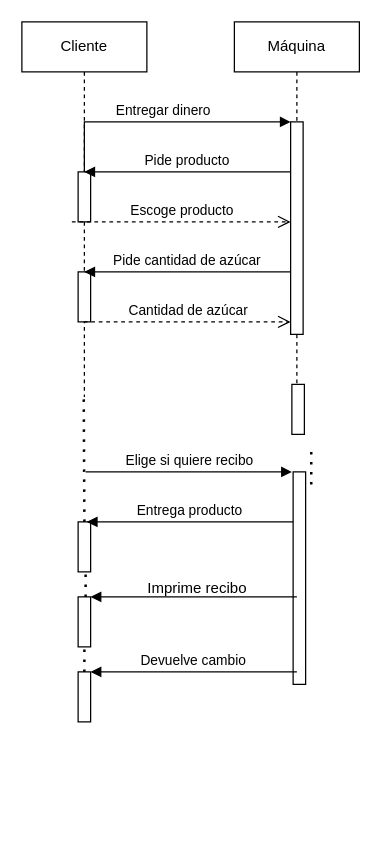
Before: Actividad 1/Act1_B.drawio in dlopnun1503/UD6_ED, a draw.io diagram. Source tidied: cells renumbered, new cells numbered last; positions are measured from the earlier drawing's top-left corner, leaving out a move shared by most shapes. Both pictures are drawn from the tidied source at 125%, with x=0, y=0 at pixel (21, 21).
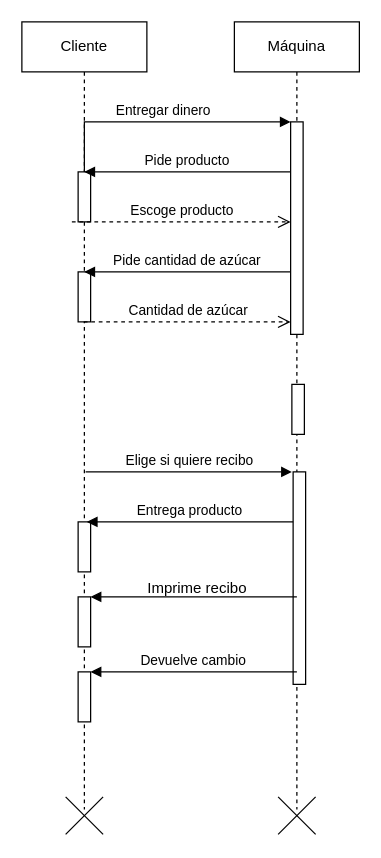
Above is the later version.

The change refers to these unchanged cells:
```xml
<mxCell id="17" style="html=1;points=[];perimeter=orthogonalPerimeter;outlineConnect=0;targetShapes=umlLifeline;portConstraint=eastwest;newEdgeStyle={&quot;edgeStyle&quot;:&quot;elbowEdgeStyle&quot;,&quot;elbow&quot;:&quot;vertical&quot;,&quot;curved&quot;:0,&quot;rounded&quot;:0};" parent="1" vertex="1">
  <mxGeometry x="45" y="460" width="10" height="40" as="geometry" />
</mxCell>
<mxCell id="20" style="html=1;points=[];perimeter=orthogonalPerimeter;outlineConnect=0;targetShapes=umlLifeline;portConstraint=eastwest;newEdgeStyle={&quot;edgeStyle&quot;:&quot;elbowEdgeStyle&quot;,&quot;elbow&quot;:&quot;vertical&quot;,&quot;curved&quot;:0,&quot;rounded&quot;:0};" parent="1" vertex="1">
  <mxGeometry x="45" y="520" width="10" height="40" as="geometry" />
</mxCell>
```

The edit, as a diff of the source:
```diff
@@
     <mxCell id="2" value="Cliente" style="shape=umlLifeline;perimeter=lifelinePerimeter;whiteSpace=wrap;html=1;outlineConnect=0;portConstraint=eastwest;newEdgeStyle={&quot;edgeStyle&quot;:&quot;elbowEdgeStyle&quot;,&quot;elbow&quot;:&quot;vertical&quot;,&quot;curved&quot;:0,&quot;rounded&quot;:0};" parent="1" vertex="1">
-      <mxGeometry width="100" height="300" as="geometry" />
+      <mxGeometry width="100" height="630" as="geometry" />
     </mxCell>
@@
     <mxCell id="5" value="Máquina" style="shape=umlLifeline;perimeter=lifelinePerimeter;whiteSpace=wrap;html=1;newEdgeStyle={&quot;edgeStyle&quot;:&quot;elbowEdgeStyle&quot;,&quot;elbow&quot;:&quot;vertical&quot;,&quot;curved&quot;:0,&quot;rounded&quot;:0};" parent="1" vertex="1">
-      <mxGeometry x="170" width="100" height="300" as="geometry" />
+      <mxGeometry x="170" width="100" height="630" as="geometry" />
     </mxCell>
@@
-    <mxCell id="22" style="endArrow=none;dashed=1;html=1;dashPattern=1 3;strokeWidth=2;rounded=0;" parent="1" edge="1">
-      <mxGeometry relative="1" as="geometry">
-        <mxPoint x="50" y="400" as="sourcePoint" />
-        <mxPoint x="49.5" y="300" as="targetPoint" />
-      </mxGeometry>
-    </mxCell>
-    <mxCell id="23" style="endArrow=none;dashed=1;html=1;dashPattern=1 3;strokeWidth=2;rounded=0;" parent="1" edge="1">
-      <mxGeometry relative="1" as="geometry">
-        <mxPoint x="51" y="460" as="sourcePoint" />
-        <mxPoint x="51" y="440" as="targetPoint" />
-      </mxGeometry>
-    </mxCell>
-    <mxCell id="24" style="endArrow=none;dashed=1;html=1;dashPattern=1 3;strokeWidth=2;rounded=0;" parent="1" edge="1">
-      <mxGeometry relative="1" as="geometry">
-        <mxPoint x="231.5" y="370" as="sourcePoint" />
-        <mxPoint x="231.5" y="340" as="targetPoint" />
-      </mxGeometry>
-    </mxCell>
-    <mxCell id="25" style="endArrow=none;dashed=1;html=1;dashPattern=1 3;strokeWidth=2;rounded=0;" parent="1" edge="1" source="20" target="17">
-      <mxGeometry relative="1" as="geometry" />
-    </mxCell>
+    <mxCell id="26" style="endArrow=none;html=1;rounded=0;" parent="1" edge="1">
+      <mxGeometry relative="1" as="geometry">
+        <mxPoint x="35" y="650" as="sourcePoint" />
+        <mxPoint x="65" y="620" as="targetPoint" />
+      </mxGeometry>
+    </mxCell>
+    <mxCell id="27" style="endArrow=none;html=1;rounded=0;" parent="1" edge="1">
+      <mxGeometry relative="1" as="geometry">
+        <mxPoint x="205" y="650" as="sourcePoint" />
+        <mxPoint x="235" y="620" as="targetPoint" />
+      </mxGeometry>
+    </mxCell>
+    <mxCell id="28" style="endArrow=none;html=1;rounded=0;" parent="1" edge="1">
+      <mxGeometry relative="1" as="geometry">
+        <mxPoint x="65" y="650" as="sourcePoint" />
+        <mxPoint x="35" y="620" as="targetPoint" />
+      </mxGeometry>
+    </mxCell>
+    <mxCell id="29" style="endArrow=none;html=1;rounded=0;" parent="1" edge="1">
+      <mxGeometry relative="1" as="geometry">
+        <mxPoint x="235" y="650" as="sourcePoint" />
+        <mxPoint x="205" y="620" as="targetPoint" />
+      </mxGeometry>
+    </mxCell>
```
